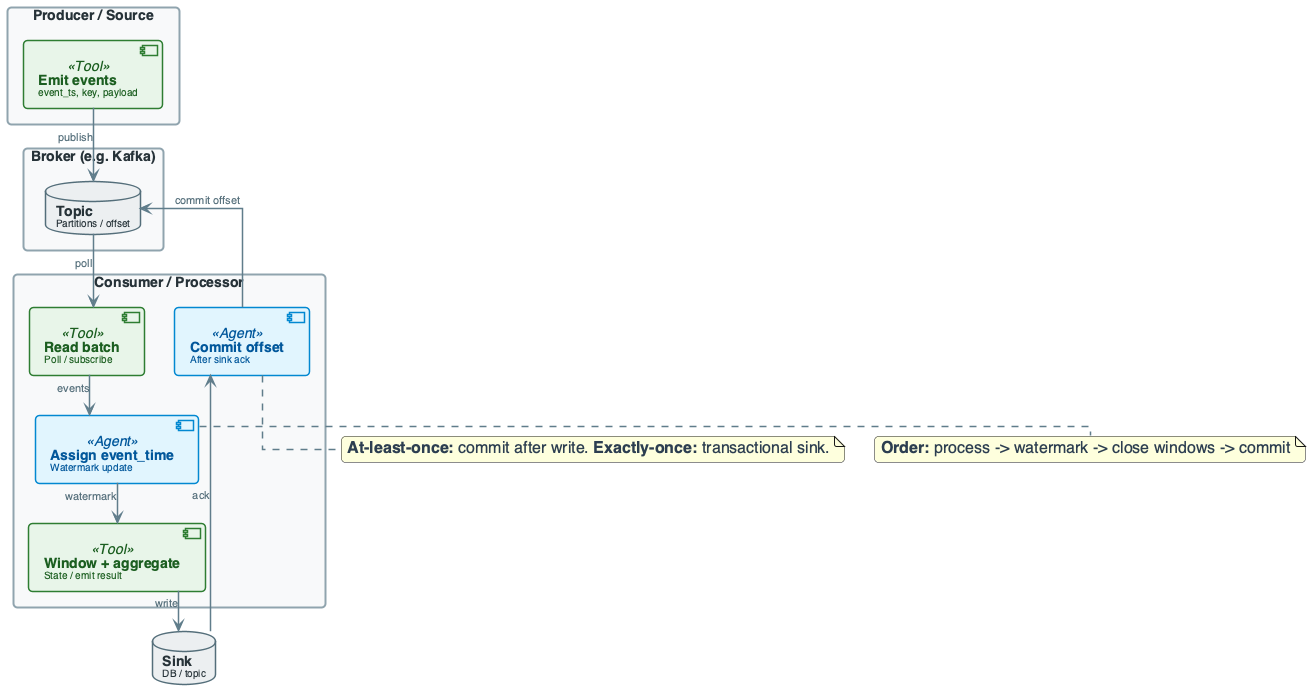
Earlier version of the PlantUML export diagrams/week10/week10_lecture_slide22_execution_flow.png (OrPerets/data-engineering-course). The source it was exported from:
```plantuml
@startuml

top to bottom direction
skinparam linetype ortho
skinparam shadowing false
skinparam roundcorner 8
skinparam handwritten false
skinparam nodesep 30
skinparam ranksep 40

skinparam defaultFontName "Segoe UI, Helvetica, sans-serif"
skinparam defaultFontSize 16
skinparam defaultFontColor #2C3E50

skinparam rectangle {
    BackgroundColor #F8F9FA
    BorderColor #90A4AE
    BorderThickness 2
    FontColor #263238
    FontSize 14
    FontStyle bold
    Padding 20
}

skinparam component {
    BackgroundColor #FFFFFF
    BorderColor #78909C
    BorderThickness 1.5
    FontSize 14
    Padding 12
}

skinparam database {
    BackgroundColor #ECEFF1
    BorderColor #546E7A
    BorderThickness 1.5
    FontSize 14
    FontColor #263238
}

skinparam arrow {
    Color #607D8B
    Thickness 1.5
    FontSize 11
    FontColor #546E7A
}

skinparam component<<UI>> {
    BorderColor #8E24AA
    BackgroundColor #F3E5F5
    FontColor #4A148C
}

skinparam component<<Agent>> {
    BorderColor #0288D1
    BackgroundColor #E1F5FE
    FontColor #01579B
}

skinparam component<<Tool>> {
    BorderColor #2E7D32
    BackgroundColor #E8F5E9
    FontColor #1B5E20
}

skinparam component<<Config>> {
    BorderColor #F57C00
    BackgroundColor #FFF3E0
    FontColor #E65100
}

skinparam component<<Bad>> {
    BorderColor #C62828
    BackgroundColor #FFEBEE
    FontColor #B71C1C
}

skinparam component<<V1>> {
    BorderColor #F57C00
    BackgroundColor #FFF3E0
    FontColor #E65100
}

skinparam component<<V2>> {
    BorderColor #2E7D32
    BackgroundColor #E8F5E9
    FontColor #1B5E20
}

skinparam component<<up>> {
    BackgroundColor #E8F5E9
    BorderColor #2E7D32
}

skinparam component<<down>> {
    BackgroundColor #FFEBEE
    BorderColor #C62828
}

skinparam database<<up>> {
    BackgroundColor #E8F5E9
    BorderColor #2E7D32
}

skinparam database<<down>> {
    BackgroundColor #FFEBEE
    BorderColor #C62828
}

skinparam component<<success>> {
    BackgroundColor #E8F5E9
    BorderColor #2E7D32
}

skinparam component<<failure>> {
    BackgroundColor #FFEBEE
    BorderColor #C62828
}


rectangle "Producer / Source" #F8F9FA {
    component "**Emit events**\n<size:10>event_ts, key, payload</size>" as PROD <<Tool>>
}

rectangle "Broker (e.g. Kafka)" #F8F9FA {
    database "**Topic**\n<size:10>Partitions / offset</size>" as BROKER
}

rectangle "Consumer / Processor" #F8F9FA {
    component "**Read batch**\n<size:10>Poll / subscribe</size>" as CONS <<Tool>>
    component "**Assign event_time**\n<size:10>Watermark update</size>" as WM <<Agent>>
    component "**Window + aggregate**\n<size:10>State / emit result</size>" as AGG <<Tool>>
    component "**Commit offset**\n<size:10>After sink ack</size>" as COMMIT <<Agent>>
}

database "**Sink**\n<size:10>DB / topic</size>" as SINK

PROD --> BROKER : publish
BROKER --> CONS : poll
CONS --> WM : events
WM --> AGG : watermark
AGG --> SINK : write
SINK --> COMMIT : ack
COMMIT --> BROKER : commit offset

note right of WM : **Order:** process -> watermark -> close windows -> commit
note bottom of COMMIT : **At-least-once:** commit after write. **Exactly-once:** transactional sink.

@enduml
```
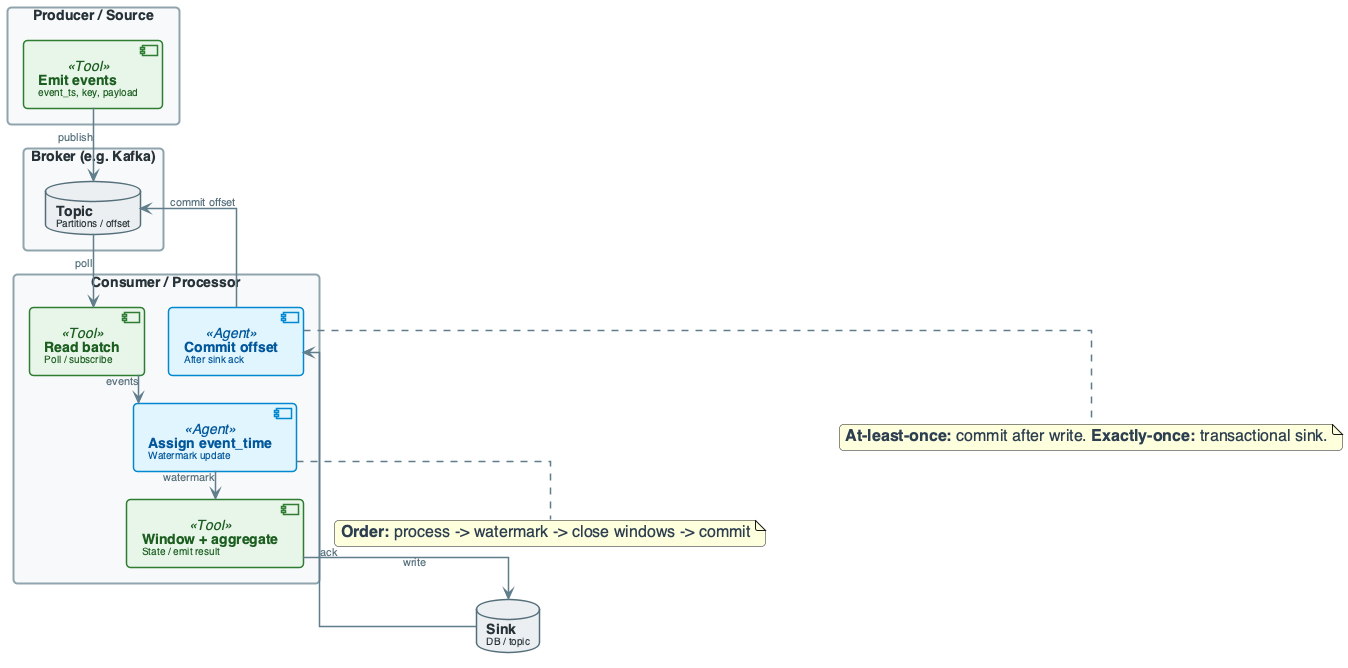
After the commit.

Diff of the diagram source:
```diff
@@ -5,8 +5,8 @@
 skinparam shadowing false
 skinparam roundcorner 8
 skinparam handwritten false
-skinparam nodesep 30
-skinparam ranksep 40
+skinparam nodesep 24
+skinparam ranksep 28
 
 skinparam defaultFontName "Segoe UI, Helvetica, sans-serif"
 skinparam defaultFontSize 16
@@ -143,7 +143,7 @@
 SINK --> COMMIT : ack
 COMMIT --> BROKER : commit offset
 
-note right of WM : **Order:** process -> watermark -> close windows -> commit
+note bottom of WM : **Order:** process -> watermark -> close windows -> commit
 note bottom of COMMIT : **At-least-once:** commit after write. **Exactly-once:** transactional sink.
 
 @enduml
```
